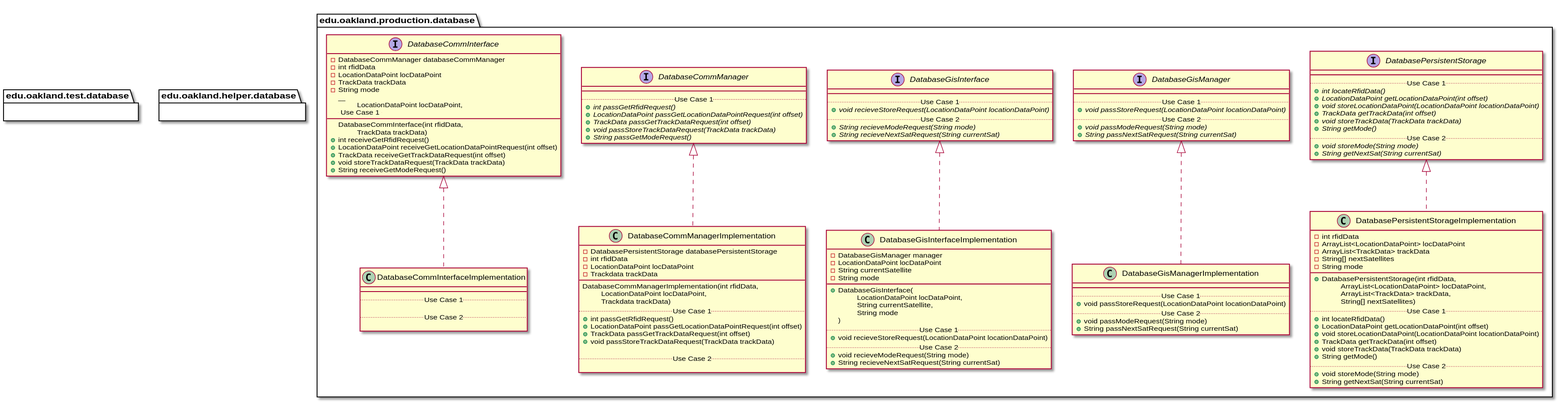
This is docs/uml-class-diagrams/database/DatabasePackages_DirectDependencies.svg from andrewdimmer/csi-3370-software-project, a PlantUML export, as it was before one commit. The source it was exported from:
```plantuml
@startuml DatabasePackages_DirectDependencies


package edu.oakland.production.database {

}


package edu.oakland.production.database {

}


package edu.oakland.production.database {
    interface DatabaseCommInterface {
    	- DatabaseCommManager databaseCommManager
    	- int rfidData
    	- LocationDataPoint locDataPoint
    	- TrackData trackData
    	- String mode
        __
        DatabaseCommInterface(int rfidData,
        \tLocationDataPoint locDataPoint,
        \tTrackData trackData)
        .. Use Case 1 ..
        + int receiveGetRfidRequest()
        + LocationDataPoint receiveGetLocationDataPointRequest(int offset)
        + TrackData receiveGetTrackDataRequest(int offset)
        + void storeTrackDataRequest(TrackData trackData)
        + String receiveGetModeRequest()

    }
}


package edu.oakland.production.database {
    interface DatabaseCommManager {
        __
        .. Use Case 1 ..
        {abstract} + int passGetRfidRequest()
        {abstract} + LocationDataPoint passGetLocationDataPointRequest(int offset)
        {abstract} + TrackData passGetTrackDataRequest(int offset)
        {abstract} + void passStoreTrackDataRequest(TrackData trackData)
        {abstract} + String passGetModeRequest()
    }
}


package edu.oakland.production.database {
    interface DatabaseGisInterface {
        __
        .. Use Case 1 ..
        {abstract} + void recieveStoreRequest(LocationDataPoint locationDataPoint)
        .. Use Case 2 ..
        {abstract} + String recieveModeRequest(String mode)
        {abstract} + String recieveNextSatRequest(String currentSat)
    }
}


package edu.oakland.production.database {
    interface DatabaseGisManager {
        __
        .. Use Case 1 ..
        {abstract} + void passStoreRequest(LocationDataPoint locationDataPoint)
        .. Use Case 2 ..
        {abstract} + void passModeRequest(String mode)
        {abstract} + String passNextSatRequest(String currentSat)
    }
}


package edu.oakland.production.database {
    interface DatabasePersistentStorage {
        __
        .. Use Case 1 ..
        {abstract} + int locateRfidData()
        {abstract} + LocationDataPoint getLocationDataPoint(int offset)
        {abstract} + void storeLocationDataPoint(LocationDataPoint locationDataPoint)
        {abstract} + TrackData getTrackData(int offset)
        {abstract} + void storeTrackData(TrackData trackData)
        {abstract} + String getMode()
        .. Use Case 2 ..
        {abstract} + void storeMode(String mode)
        {abstract} + String getNextSat(String currentSat)
    }
}


package edu.oakland.production.database {
    class DatabaseCommInterfaceImplementation {
        __
        .. Use Case 1 ..

        .. Use Case 2 ..

    }
}


DatabaseCommInterfaceImplementation .up.|> DatabaseCommInterface

package edu.oakland.production.database {
    class DatabaseCommManagerImplementation {
        - DatabasePersistentStorage databasePersistentStorage
        - int rfidData
        - LocationDataPoint locDataPoint
        - Trackdata trackData
        __
        DatabaseCommManagerImplementation(int rfidData,
         \tLocationDataPoint locDataPoint,
         \tTrackdata trackData)
        .. Use Case 1 ..
        + int passGetRfidRequest()
        + LocationDataPoint passGetLocationDataPointRequest(int offset)
        + TrackData passGetTrackDataRequest(int offset)
        + void passStoreTrackDataRequest(TrackData trackData)

        .. Use Case 2 ..

    }
}


DatabaseCommManagerImplementation .up.|> DatabaseCommManager

package edu.oakland.production.database {
    class DatabaseGisInterfaceImplementation {
        - DatabaseGisManager manager
        - LocationDataPoint locDataPoint
        - String currentSatellite
        - String mode
        __
        + DatabaseGisInterface(
        \tLocationDataPoint locDataPoint,
        \tString currentSatellite,
        \tString mode
        )
        .. Use Case 1 ..
        + void recieveStoreRequest(LocationDataPoint locationDataPoint)
        .. Use Case 2 ..
        + void recieveModeRequest(String mode)
        + String recieveNextSatRequest(String currentSat)
    }
}


DatabaseGisInterfaceImplementation .up.|> DatabaseGisInterface

package edu.oakland.production.database {
    class DatabaseGisManagerImplementation {
        __
        .. Use Case 1 ..
        + void passStoreRequest(LocationDataPoint locationDataPoint)
        .. Use Case 2 ..
        + void passModeRequest(String mode)
        + String passNextSatRequest(String currentSat)
    }
}


DatabaseGisManagerImplementation .up.|> DatabaseGisManager

package edu.oakland.production.database {
    class DatabasePersistentStorageImplementation {
        - int rfidData
        - ArrayList<LocationDataPoint> locDataPoint
        - ArrayList<TrackData> trackData
        - String[] nextSatellites
        - String mode
        __
        + DatabasePersistentStorage(int rfidData,
        \tArrayList<LocationDataPoint> locDataPoint,
        \tArrayList<TrackData> trackData,
        \tString[] nextSatellites)
        .. Use Case 1 ..
        + int locateRfidData()
        + LocationDataPoint getLocationDataPoint(int offset)
        + void storeLocationDataPoint(LocationDataPoint locationDataPoint)
        + TrackData getTrackData(int offset)
        + void storeTrackData(TrackData trackData)
        + String getMode()
        .. Use Case 2 ..
        + void storeMode(String mode)
        + String getNextSat(String currentSat)
    }
}


DatabasePersistentStorageImplementation .up.|> DatabasePersistentStorage
























package edu.oakland.test.database {

}


package edu.oakland.test.database {

}



package edu.oakland.helper.database {

}


@enduml
```
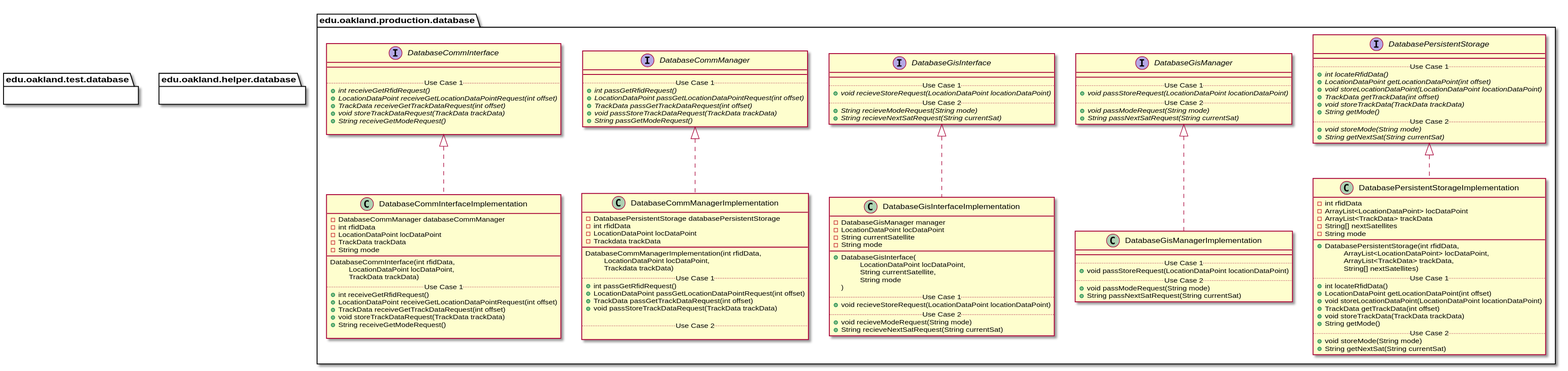
After the change.

What changed in the source:
```diff
@@ -13,21 +13,14 @@
 
 package edu.oakland.production.database {
     interface DatabaseCommInterface {
-    	- DatabaseCommManager databaseCommManager
-    	- int rfidData
-    	- LocationDataPoint locDataPoint
-    	- TrackData trackData
-    	- String mode
         __
-        DatabaseCommInterface(int rfidData,
-        \tLocationDataPoint locDataPoint,
-        \tTrackData trackData)
+
         .. Use Case 1 ..
-        + int receiveGetRfidRequest()
-        + LocationDataPoint receiveGetLocationDataPointRequest(int offset)
-        + TrackData receiveGetTrackDataRequest(int offset)
-        + void storeTrackDataRequest(TrackData trackData)
-        + String receiveGetModeRequest()
+        {abstract} + int receiveGetRfidRequest()
+        {abstract} + LocationDataPoint receiveGetLocationDataPointRequest(int offset)
+        {abstract} + TrackData receiveGetTrackDataRequest(int offset)
+        {abstract} + void storeTrackDataRequest(TrackData trackData)
+        {abstract} + String receiveGetModeRequest()
 
     }
 }
@@ -89,10 +82,21 @@
 
 package edu.oakland.production.database {
     class DatabaseCommInterfaceImplementation {
+        - DatabaseCommManager databaseCommManager
+    	- int rfidData
+    	- LocationDataPoint locDataPoint
+    	- TrackData trackData
+    	- String mode
         __
+        DatabaseCommInterface(int rfidData,
+        \tLocationDataPoint locDataPoint,
+        \tTrackData trackData)
         .. Use Case 1 ..
-
-        .. Use Case 2 ..
+        + int receiveGetRfidRequest()
+        + LocationDataPoint receiveGetLocationDataPointRequest(int offset)
+        + TrackData receiveGetTrackDataRequest(int offset)
+        + void storeTrackDataRequest(TrackData trackData)
+        + String receiveGetModeRequest()
 
     }
 }
```
